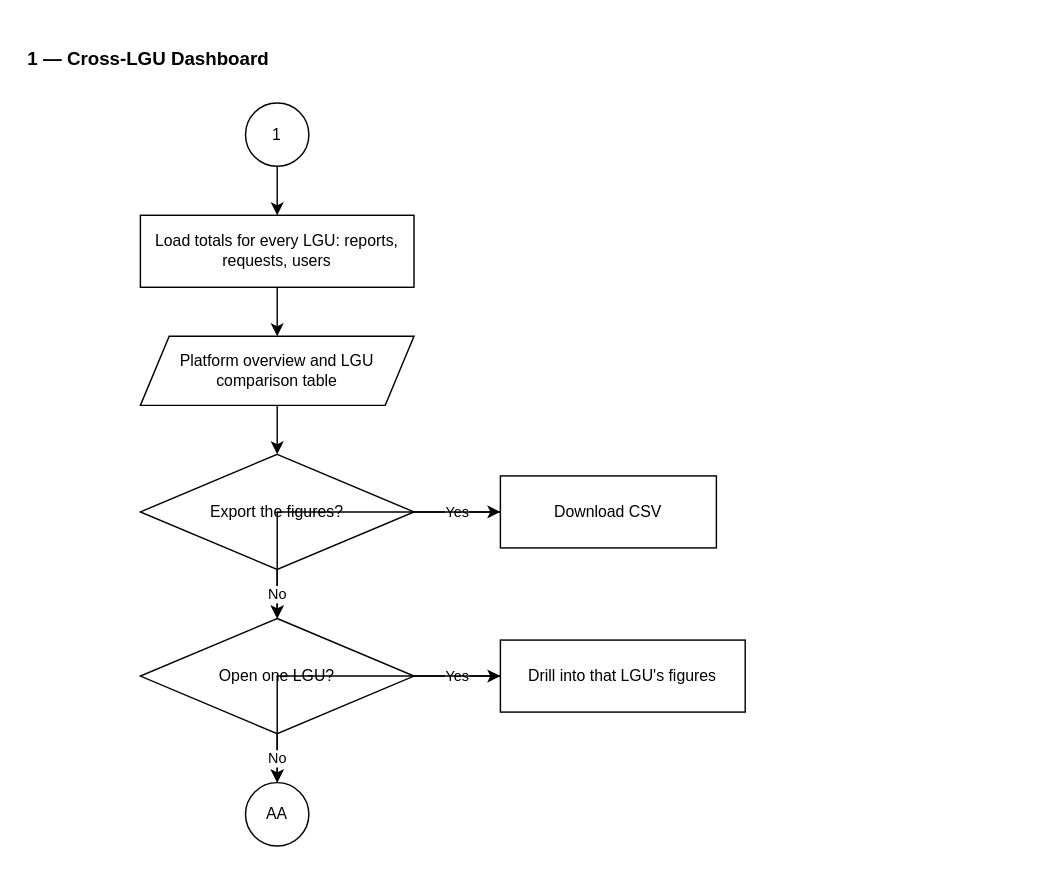
Above: page "1 — Cross-LGU Dashboard" (3 of 8) of Docs/Flowcharts/drawio/03-Super-Admin.drawio in MellowLaw/AGAPP (draw.io), before the change. Source tidied: cells renumbered, new cells numbered last; positions are measured from the earlier drawing's top-left corner, leaving out a move shared by most shapes. Both pictures are drawn from the tidied source at 144%, with x=0, y=0 at pixel (24, 39).
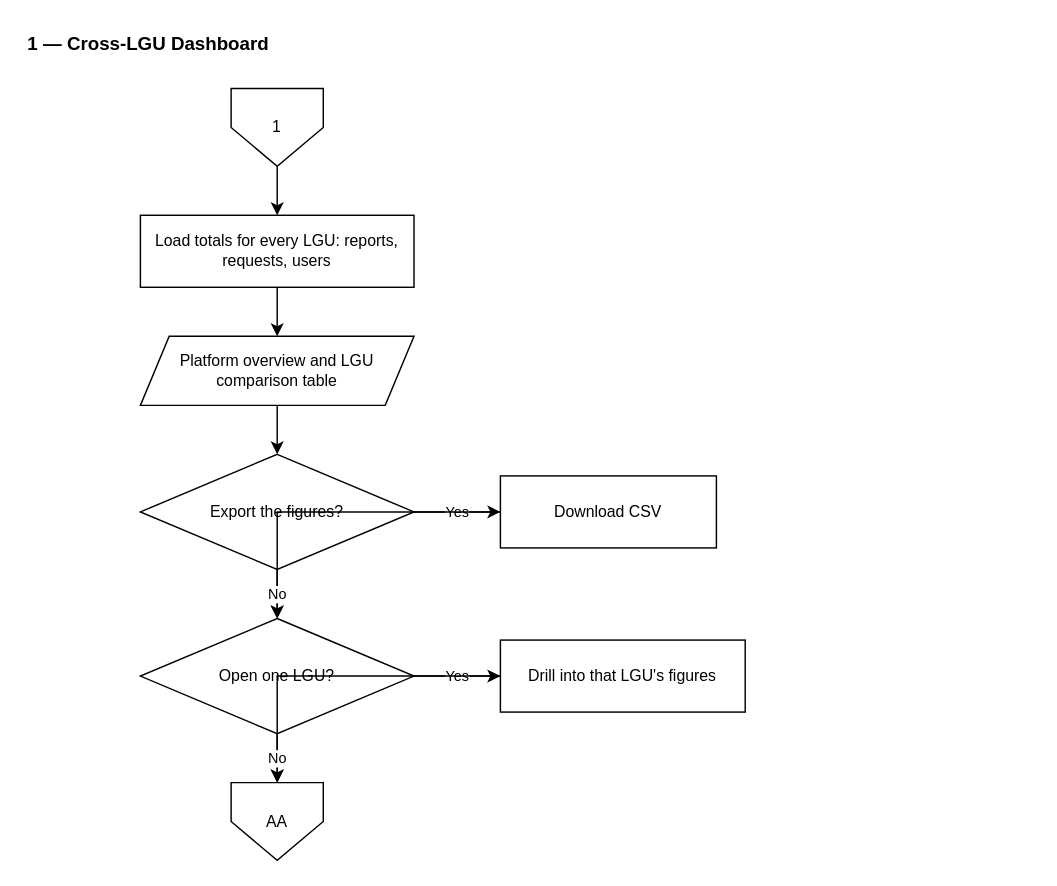
The same diagram, later.

Change to the diagram source:
```diff
@@
 <mxGraphModel>
   <root>
     <mxCell id="0" />
     <mxCell id="1" parent="0" />
     <mxCell id="2" value="1 — Cross-LGU Dashboard" style="text;html=1;align=left;verticalAlign=middle;strokeColor=none;fillColor=none;fontSize=13;fontStyle=1;fontColor=#000000;" parent="1" vertex="1">
-      <mxGeometry width="700" height="26" as="geometry" />
+      <mxGeometry y="-10" width="700" height="26" as="geometry" />
     </mxCell>
-    <mxCell id="3" value="1" style="ellipse;whiteSpace=wrap;html=1;fillColor=#FFFFFF;strokeColor=#000000;fontColor=#000000;fontSize=11;" parent="1" vertex="1">
-      <mxGeometry x="153" y="44" width="44" height="44" as="geometry" />
+    <mxCell id="3" value="1" style="shape=offPageConnector;whiteSpace=wrap;html=1;size=0.5;fillColor=#FFFFFF;strokeColor=#000000;fontColor=#000000;fontSize=11;" parent="1" vertex="1">
+      <mxGeometry x="143" y="34" width="64" height="54" as="geometry" />
     </mxCell>
     <mxCell id="4" value="Load totals for every LGU:&amp;#10;reports, requests, users" style="rounded=0;whiteSpace=wrap;html=1;fillColor=#FFFFFF;strokeColor=#000000;fontColor=#000000;fontSize=11;" parent="1" vertex="1">
       <mxGeometry x="80" y="122" width="190" height="50" as="geometry" />
     </mxCell>
     <mxCell id="5" value="Platform overview and&amp;#10;LGU comparison table" style="shape=parallelogram;perimeter=parallelogramPerimeter;fixedSize=1;whiteSpace=wrap;html=1;fillColor=#FFFFFF;strokeColor=#000000;fontColor=#000000;fontSize=11;" parent="1" vertex="1">
       <mxGeometry x="80" y="206" width="190" height="48" as="geometry" />
     </mxCell>
     <mxCell id="6" value="Export the figures?" style="rhombus;whiteSpace=wrap;html=1;fillColor=#FFFFFF;strokeColor=#000000;fontColor=#000000;fontSize=11;" parent="1" vertex="1">
       <mxGeometry x="80" y="288" width="190" height="80" as="geometry" />
     </mxCell>
     <mxCell id="7" value="Download CSV" style="rounded=0;whiteSpace=wrap;html=1;fillColor=#FFFFFF;strokeColor=#000000;fontColor=#000000;fontSize=11;" parent="1" vertex="1">
       <mxGeometry x="330" y="303" width="150" height="50" as="geometry" />
     </mxCell>
     <mxCell id="8" value="Open one LGU?" style="rhombus;whiteSpace=wrap;html=1;fillColor=#FFFFFF;strokeColor=#000000;fontColor=#000000;fontSize=11;" parent="1" vertex="1">
       <mxGeometry x="80" y="402" width="190" height="80" as="geometry" />
     </mxCell>
     <mxCell id="9" value="Drill into that&amp;#10;LGU's figures" style="rounded=0;whiteSpace=wrap;html=1;fillColor=#FFFFFF;strokeColor=#000000;fontColor=#000000;fontSize=11;" parent="1" vertex="1">
       <mxGeometry x="330" y="417" width="170" height="50" as="geometry" />
     </mxCell>
-    <mxCell id="10" value="AA" style="ellipse;whiteSpace=wrap;html=1;fillColor=#FFFFFF;strokeColor=#000000;fontColor=#000000;fontSize=11;" parent="1" vertex="1">
-      <mxGeometry x="153" y="516" width="44" height="44" as="geometry" />
+    <mxCell id="10" value="AA" style="shape=offPageConnector;whiteSpace=wrap;html=1;size=0.5;fillColor=#FFFFFF;strokeColor=#000000;fontColor=#000000;fontSize=11;" parent="1" vertex="1">
+      <mxGeometry x="143" y="516" width="64" height="54" as="geometry" />
     </mxCell>
     <mxCell id="11" style="edgeStyle=orthogonalEdgeStyle;rounded=0;html=1;strokeColor=#000000;endArrow=classic;fontSize=10;" parent="1" edge="1" source="3" target="4">
       <mxGeometry relative="1" as="geometry" />
     </mxCell>
     <mxCell id="12" style="edgeStyle=orthogonalEdgeStyle;rounded=0;html=1;strokeColor=#000000;endArrow=classic;fontSize=10;" parent="1" edge="1" source="4" target="5">
       <mxGeometry relative="1" as="geometry" />
     </mxCell>
     <mxCell id="13" style="edgeStyle=orthogonalEdgeStyle;rounded=0;html=1;strokeColor=#000000;endArrow=classic;fontSize=10;" parent="1" edge="1" source="5" target="6">
       <mxGeometry relative="1" as="geometry" />
     </mxCell>
     <mxCell id="14" value="Yes" style="edgeStyle=orthogonalEdgeStyle;rounded=0;html=1;strokeColor=#000000;endArrow=classic;fontSize=10;" parent="1" edge="1" source="6" target="7">
       <mxGeometry relative="1" as="geometry" />
     </mxCell>
     <mxCell id="15" style="edgeStyle=orthogonalEdgeStyle;rounded=0;html=1;strokeColor=#000000;endArrow=classic;fontSize=10;" parent="1" edge="1" source="7" target="8">
       <mxGeometry relative="1" as="geometry" />
     </mxCell>
     <mxCell id="16" value="No" style="edgeStyle=orthogonalEdgeStyle;rounded=0;html=1;strokeColor=#000000;endArrow=classic;fontSize=10;" parent="1" edge="1" source="6" target="8">
       <mxGeometry relative="1" as="geometry" />
     </mxCell>
     <mxCell id="17" value="Yes" style="edgeStyle=orthogonalEdgeStyle;rounded=0;html=1;strokeColor=#000000;endArrow=classic;fontSize=10;" parent="1" edge="1" source="8" target="9">
       <mxGeometry relative="1" as="geometry" />
     </mxCell>
     <mxCell id="18" style="edgeStyle=orthogonalEdgeStyle;rounded=0;html=1;strokeColor=#000000;endArrow=classic;fontSize=10;" parent="1" edge="1" source="9" target="10">
       <mxGeometry relative="1" as="geometry" />
     </mxCell>
     <mxCell id="19" value="No" style="edgeStyle=orthogonalEdgeStyle;rounded=0;html=1;strokeColor=#000000;endArrow=classic;fontSize=10;" parent="1" edge="1" source="8" target="10">
       <mxGeometry relative="1" as="geometry" />
     </mxCell>
   </root>
 </mxGraphModel>
```
